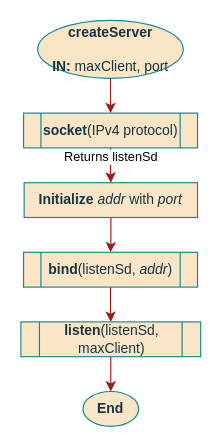
Before: page "CreateServer" (8 of 14) of documentation/flowcharts/RS/RS.drawio in ESRGgroup9/slipad, a draw.io diagram. Source tidied: cells renumbered, new cells numbered last; positions are measured from the earlier drawing's top-left corner, leaving out a move shared by most shapes. Both pictures are drawn from the tidied source at 116%, with x=0, y=0 at pixel (21, 20).
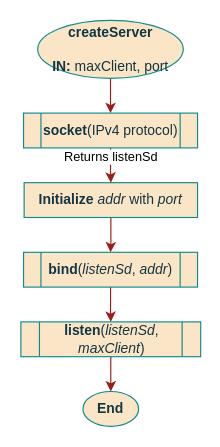
The same page after the edit.

Diff of the diagram source:
```diff
@@
 <mxGraphModel>
   <root>
     <mxCell id="0" />
     <mxCell id="1" parent="0" />
     <mxCell id="2" style="edgeStyle=orthogonalEdgeStyle;rounded=0;jettySize=auto;html=1;strokeColor=#9C1E18;" parent="1" edge="1" source="3" target="8">
       <mxGeometry relative="1" as="geometry" />
     </mxCell>
     <mxCell id="3" value="&lt;div&gt;createServer&lt;/div&gt;&lt;div&gt;&lt;span style=&quot;font-weight: normal&quot;&gt;&lt;br&gt;&lt;/span&gt;&lt;/div&gt;&lt;div&gt;&lt;span style=&quot;font-weight: normal&quot;&gt;&lt;b&gt;IN: &lt;/b&gt;maxClient, port&lt;br&gt;&lt;/span&gt;&lt;/div&gt;&lt;span style=&quot;font-weight: normal&quot;&gt;&lt;/span&gt;" style="ellipse;whiteSpace=wrap;html=1;fillColor=#FAE5C7;strokeColor=#0F8B8D;fontColor=#143642;fontStyle=1;" parent="1" vertex="1">
       <mxGeometry x="14" width="125.5" height="50" as="geometry" />
     </mxCell>
     <mxCell id="4" value="End" style="ellipse;whiteSpace=wrap;html=1;fillColor=#FAE5C7;strokeColor=#0F8B8D;fontColor=#143642;fontStyle=1;" parent="1" vertex="1">
       <mxGeometry x="53" y="320" width="48" height="30" as="geometry" />
     </mxCell>
     <mxCell id="5" style="edgeStyle=orthogonalEdgeStyle;rounded=0;jettySize=auto;html=1;strokeColor=#9C1E18;" parent="1" edge="1" source="6" target="10">
       <mxGeometry relative="1" as="geometry" />
     </mxCell>
     <mxCell id="6" value="&lt;b&gt;Initialize&lt;/b&gt; &lt;i&gt;addr&lt;/i&gt; with &lt;i&gt;port&lt;/i&gt;" style="rounded=0;whiteSpace=wrap;html=1;sketch=0;fontColor=#143642;strokeColor=#0F8B8D;fillColor=#FAE5C7;" parent="1" vertex="1">
       <mxGeometry x="2.3" y="140" width="149.5" height="30" as="geometry" />
     </mxCell>
     <mxCell id="7" value="Returns listenSd" style="edgeStyle=orthogonalEdgeStyle;rounded=0;jettySize=auto;html=1;strokeColor=#9C1E18;" parent="1" edge="1" source="8" target="6">
       <mxGeometry x="-0.5" relative="1" as="geometry" />
     </mxCell>
     <mxCell id="8" value="socket&lt;span style=&quot;font-weight: normal&quot;&gt;(IPv4 protocol)&lt;/span&gt;" style="shape=process;whiteSpace=wrap;html=1;backgroundOutline=1;rounded=0;sketch=0;fontColor=#143642;strokeColor=#0F8B8D;fillColor=#FAE5C7;fontStyle=1;" parent="1" vertex="1">
       <mxGeometry x="1.8" y="80" width="150" height="30" as="geometry" />
     </mxCell>
     <mxCell id="9" style="edgeStyle=orthogonalEdgeStyle;rounded=0;jettySize=auto;html=1;strokeColor=#9C1E18;" parent="1" edge="1" source="10" target="12">
       <mxGeometry relative="1" as="geometry" />
     </mxCell>
-    <mxCell id="10" value="bind&lt;span style=&quot;font-weight: normal&quot;&gt;(listenSd, &lt;i&gt;addr&lt;/i&gt;)&lt;/span&gt;" style="shape=process;whiteSpace=wrap;html=1;backgroundOutline=1;rounded=0;sketch=0;fontColor=#143642;strokeColor=#0F8B8D;fillColor=#FAE5C7;fontStyle=1;" parent="1" vertex="1">
+    <mxCell id="10" value="bind&lt;span style=&quot;font-weight: normal&quot;&gt;(&lt;i&gt;listenSd&lt;/i&gt;, &lt;i&gt;addr&lt;/i&gt;)&lt;/span&gt;" style="shape=process;whiteSpace=wrap;html=1;backgroundOutline=1;rounded=0;sketch=0;fontColor=#143642;strokeColor=#0F8B8D;fillColor=#FAE5C7;fontStyle=1;" parent="1" vertex="1">
       <mxGeometry x="1.8" y="200" width="150" height="30" as="geometry" />
     </mxCell>
     <mxCell id="11" style="edgeStyle=orthogonalEdgeStyle;rounded=0;jettySize=auto;html=1;strokeColor=#9C1E18;" parent="1" edge="1" source="12" target="4">
       <mxGeometry relative="1" as="geometry" />
     </mxCell>
-    <mxCell id="12" value="&lt;span class=&quot;pl-c1&quot;&gt;listen&lt;/span&gt;&lt;span style=&quot;font-weight: normal&quot;&gt;(listenSd, maxClient) &lt;/span&gt;&lt;span style=&quot;font-weight: normal&quot;&gt;&lt;/span&gt;" style="shape=process;whiteSpace=wrap;html=1;backgroundOutline=1;rounded=0;sketch=0;fontColor=#143642;strokeColor=#0F8B8D;fillColor=#FAE5C7;fontStyle=1;" parent="1" vertex="1">
+    <mxCell id="12" value="&lt;span class=&quot;pl-c1&quot;&gt;listen&lt;/span&gt;&lt;span style=&quot;font-weight: normal&quot;&gt;(&lt;i&gt;listenSd&lt;/i&gt;, &lt;i&gt;maxClient&lt;/i&gt;) &lt;/span&gt;&lt;span style=&quot;font-weight: normal&quot;&gt;&lt;/span&gt;" style="shape=process;whiteSpace=wrap;html=1;backgroundOutline=1;rounded=0;sketch=0;fontColor=#143642;strokeColor=#0F8B8D;fillColor=#FAE5C7;fontStyle=1;" parent="1" vertex="1">
       <mxGeometry x="-0.5" y="260" width="155" height="30" as="geometry" />
     </mxCell>
   </root>
 </mxGraphModel>
```
